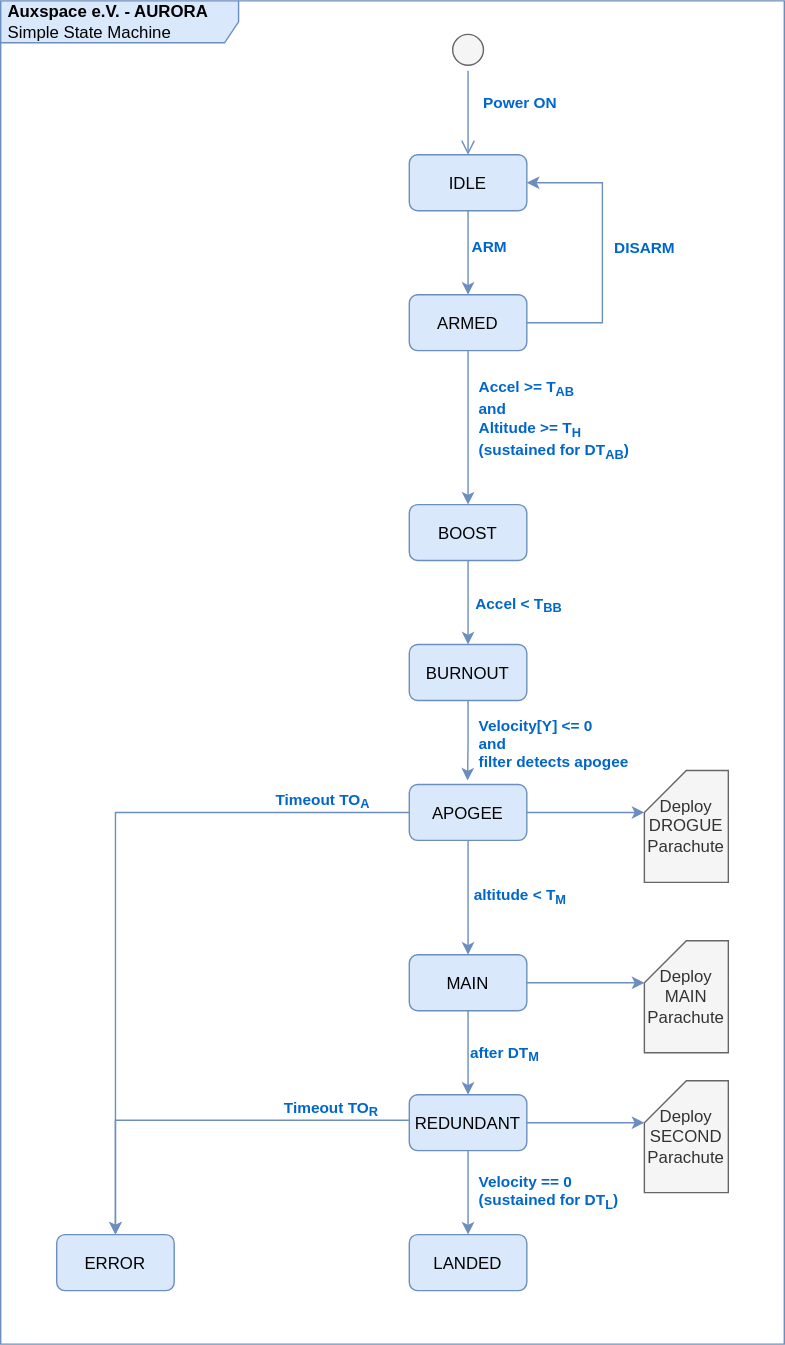
Above: doc/img/aurora_simple_state_machine.drawio.svg in AUXSPACEeV/aurora (draw.io), before the change. Source tidied: cells renumbered, new cells last; positions are measured from the earlier drawing's top-left corner, leaving out a move shared by most shapes.
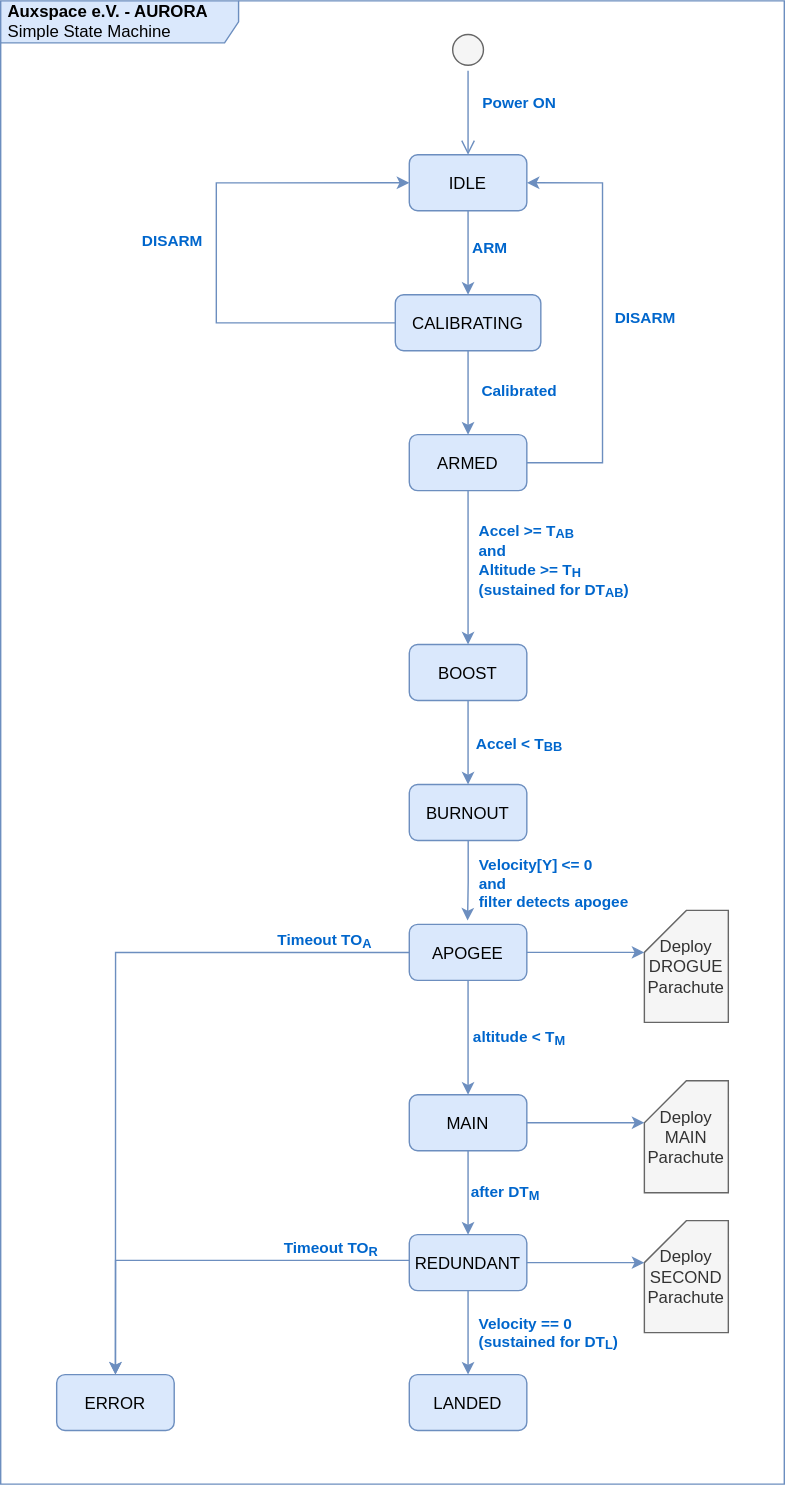
The same diagram one commit later.

Diff of the diagram source:
```diff
@@ -3,11 +3,11 @@
     <mxCell id="0" />
     <mxCell id="1" parent="0" />
     <mxCell id="2" style="ellipse;html=1;shape=startState;fillColor=#f5f5f5;fontColor=#333333;strokeColor=#666666;convertToSvg=1;labelBackgroundColor=none;" parent="1" vertex="1">
-      <mxGeometry x="319" y="20" width="30" height="30" as="geometry" />
+      <mxGeometry x="319" y="-80" width="30" height="30" as="geometry" />
     </mxCell>
     <mxCell id="3" style="edgeStyle=orthogonalEdgeStyle;html=1;verticalAlign=bottom;endArrow=open;endSize=8;strokeColor=#6c8ebf;rounded=0;convertToSvg=1;labelBackgroundColor=none;fillColor=#dae8fc;" parent="1" edge="1" source="2">
       <mxGeometry relative="1" as="geometry">
-        <mxPoint x="334" y="110" as="targetPoint" />
+        <mxPoint x="334" y="10" as="targetPoint" />
       </mxGeometry>
     </mxCell>
     <mxCell id="4" value="&lt;div&gt;Power ON&lt;/div&gt;" style="edgeLabel;html=1;align=center;verticalAlign=middle;convertToSvg=1;labelBackgroundColor=none;fontColor=#0066CC;fontStyle=1;" parent="3" vertex="1">
@@ -15,7 +15,7 @@
         <mxPoint x="36" as="offset" />
       </mxGeometry>
     </mxCell>
-    <mxCell id="5" style="edgeStyle=orthogonalEdgeStyle;rounded=0;jettySize=auto;html=1;entryX=0.5;entryY=0;entryDx=0;entryDy=0;convertToSvg=1;labelBackgroundColor=none;fillColor=#dae8fc;strokeColor=#6c8ebf;" parent="1" edge="1" source="7" target="12">
+    <mxCell id="5" style="edgeStyle=orthogonalEdgeStyle;rounded=0;jettySize=auto;html=1;entryX=0.5;entryY=0;entryDx=0;entryDy=0;convertToSvg=1;labelBackgroundColor=none;fillColor=#dae8fc;strokeColor=#6c8ebf;" parent="1" edge="1" source="7" target="41">
       <mxGeometry relative="1" as="geometry" />
     </mxCell>
     <mxCell id="6" value="ARM" style="edgeLabel;html=1;align=center;verticalAlign=middle;labelBackgroundColor=none;convertToSvg=1;fontColor=#0066CC;fontStyle=1;" parent="5" vertex="1">
@@ -24,7 +24,7 @@
       </mxGeometry>
     </mxCell>
     <mxCell id="7" value="IDLE" style="rounded=1;whiteSpace=wrap;html=1;fillColor=#dae8fc;strokeColor=#6c8ebf;convertToSvg=1;labelBackgroundColor=none;" parent="1" vertex="1">
-      <mxGeometry x="292" y="110" width="84" height="40" as="geometry" />
+      <mxGeometry x="292" y="10" width="84" height="40" as="geometry" />
     </mxCell>
     <mxCell id="8" style="edgeStyle=orthogonalEdgeStyle;rounded=0;jettySize=auto;html=1;entryX=0.5;entryY=0;entryDx=0;entryDy=0;flowAnimation=0;shadow=0;labelBackgroundColor=none;convertToSvg=1;fillColor=#dae8fc;strokeColor=#6c8ebf;" parent="1" edge="1" source="12" target="15">
       <mxGeometry relative="1" as="geometry" />
@@ -38,7 +38,7 @@
       <mxGeometry relative="1" as="geometry">
         <Array as="points">
           <mxPoint x="430" y="230" />
-          <mxPoint x="430" y="130" />
+          <mxPoint x="430" y="30" />
         </Array>
       </mxGeometry>
     </mxCell>
@@ -153,10 +153,34 @@
       <mxGeometry relative="1" as="geometry" />
     </mxCell>
     <mxCell id="39" value="&lt;b&gt;&amp;nbsp;Auxspace e.V. - AURORA&lt;br&gt;&lt;/b&gt;&amp;nbsp;Simple State Machine" style="shape=umlFrame;whiteSpace=wrap;html=1;width=170;height=30;align=left;fillColor=#dae8fc;strokeColor=#6c8ebf;convertToSvg=1;labelBackgroundColor=none;" parent="1" vertex="1">
-      <mxGeometry width="560" height="960" as="geometry" />
+      <mxGeometry y="-100" width="560" height="1060" as="geometry" />
     </mxCell>
     <mxCell id="40" value="ERROR" style="rounded=1;whiteSpace=wrap;html=1;fillColor=#dae8fc;strokeColor=#6c8ebf;convertToSvg=1;labelBackgroundColor=none;" parent="1" vertex="1">
       <mxGeometry x="40" y="881.7" width="84" height="40" as="geometry" />
     </mxCell>
+    <mxCell id="41" value="CALIBRATING" style="rounded=1;whiteSpace=wrap;html=1;fillColor=#dae8fc;strokeColor=#6c8ebf;convertToSvg=1;labelBackgroundColor=none;" parent="1" vertex="1">
+      <mxGeometry x="282" y="110" width="104" height="40" as="geometry" />
+    </mxCell>
+    <mxCell id="42" style="edgeStyle=orthogonalEdgeStyle;rounded=0;jettySize=auto;html=1;entryX=0.5;entryY=0;entryDx=0;entryDy=0;convertToSvg=1;labelBackgroundColor=none;fillColor=#dae8fc;strokeColor=#6c8ebf;" parent="1" edge="1" source="41" target="12">
+      <mxGeometry relative="1" as="geometry" />
+    </mxCell>
+    <mxCell id="43" value="Calibrated" style="edgeLabel;html=1;align=center;verticalAlign=middle;labelBackgroundColor=none;convertToSvg=1;fontColor=#0066CC;fontStyle=1;" parent="42" vertex="1">
+      <mxGeometry x="-0.1" relative="1" as="geometry">
+        <mxPoint x="36" as="offset" />
+      </mxGeometry>
+    </mxCell>
+    <mxCell id="44" style="edgeStyle=orthogonalEdgeStyle;rounded=0;jettySize=auto;html=1;entryX=0;entryY=0.5;entryDx=0;entryDy=0;convertToSvg=1;labelBackgroundColor=none;fillColor=#dae8fc;strokeColor=#6c8ebf;" parent="1" edge="1" source="41" target="7">
+      <mxGeometry relative="1" as="geometry">
+        <Array as="points">
+          <mxPoint x="154" y="130" />
+          <mxPoint x="154" y="30" />
+        </Array>
+      </mxGeometry>
+    </mxCell>
+    <mxCell id="45" value="DISARM" style="edgeLabel;html=1;align=center;verticalAlign=middle;labelBackgroundColor=none;convertToSvg=1;fontColor=#0066CC;fontStyle=1;" parent="44" vertex="1">
+      <mxGeometry y="1" relative="1" as="geometry">
+        <mxPoint x="-31" y="-4" as="offset" />
+      </mxGeometry>
+    </mxCell>
   </root>
 </mxGraphModel>
```
